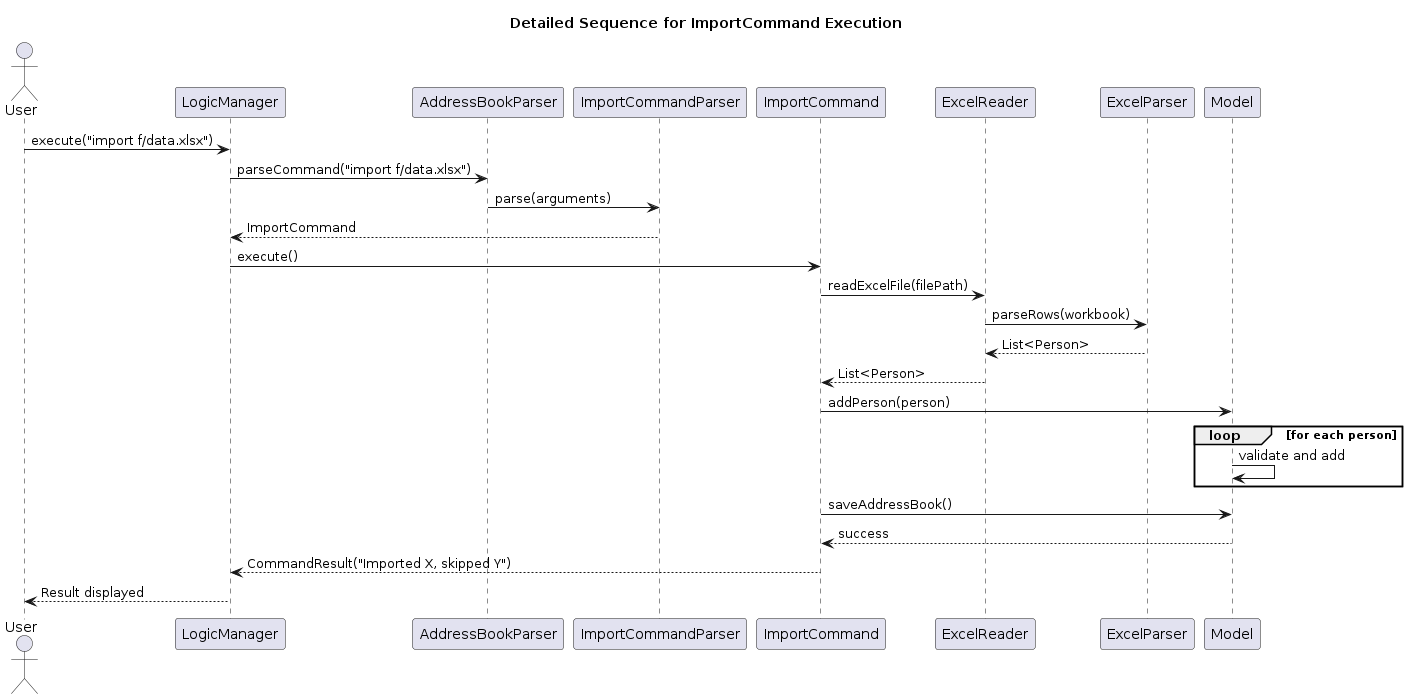
Above: diagrams/ImportExcelDetailedSequence.png in AY2526S1-CS2103T-T17-3/tp (PlantUML), before the change. Its source is kept beside it as diagrams/ImportExcelDetailedSequence.puml.
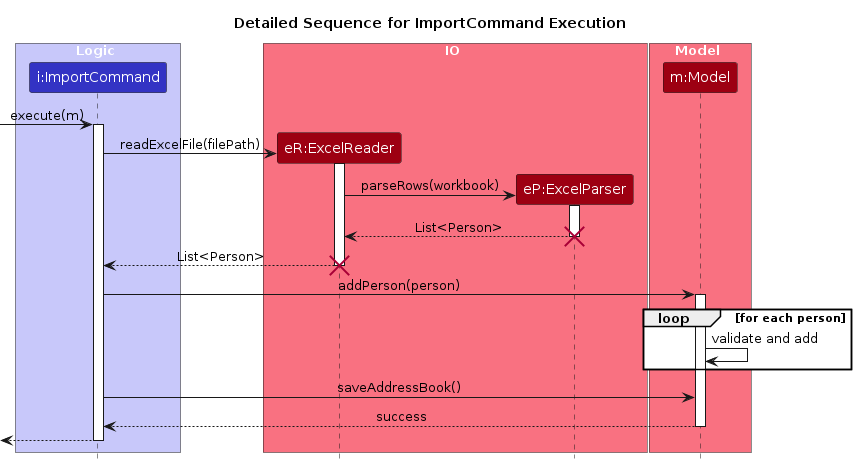
Above is the later version.

Change to the diagram source:
```diff
@@ -1,33 +1,52 @@
 @startuml
+!include style.puml
+skinparam ArrowFontStyle plain
 title Detailed Sequence for ImportCommand Execution
 
-actor User
-participant LogicManager
-participant AddressBookParser
-participant ImportCommandParser
-participant ImportCommand
-participant ExcelReader
-participant ExcelParser
-participant Model
+box Logic LOGIC_COLOR_T1
+participant "i:ImportCommand" as ImportCommand LOGIC_COLOR
+end box
 
-User -> LogicManager : execute("import f/data.xlsx")
-LogicManager -> AddressBookParser : parseCommand("import f/data.xlsx")
-AddressBookParser -> ImportCommandParser : parse(arguments)
-ImportCommandParser --> LogicManager : ImportCommand
+box IO MODEL_COLOR_T1
+participant "eR:ExcelReader" as ExcelReader MODEL_COLOR
+participant "eP:ExcelParser" as ExcelParser MODEL_COLOR
+endbox
 
-LogicManager -> ImportCommand : execute()
+box Model MODEL_COLOR_T1
+participant "m:Model" as Model MODEL_COLOR
+end box
+
+-> ImportCommand : execute(m)
+activate ImportCommand
+
+create ExcelReader
 ImportCommand -> ExcelReader : readExcelFile(filePath)
+activate ExcelReader
+
+create ExcelParser
 ExcelReader -> ExcelParser : parseRows(workbook)
+activate ExcelParser
+
 ExcelParser --> ExcelReader : List<Person>
+deactivate ExcelParser
+destroy ExcelParser
+
 ExcelReader --> ImportCommand : List<Person>
+deactivate ExcelReader
+destroy ExcelReader
+
 ImportCommand -> Model : addPerson(person)
+activate Model
+
 loop for each person
     Model -> Model : validate and add
 end
+
 ImportCommand -> Model : saveAddressBook()
 Model --> ImportCommand : success
-ImportCommand --> LogicManager : CommandResult("Imported X, skipped Y")
+deactivate Model
 
-LogicManager --> User : Result displayed
+[<--ImportCommand
+deactivate ImportCommand
 
 @enduml
```
